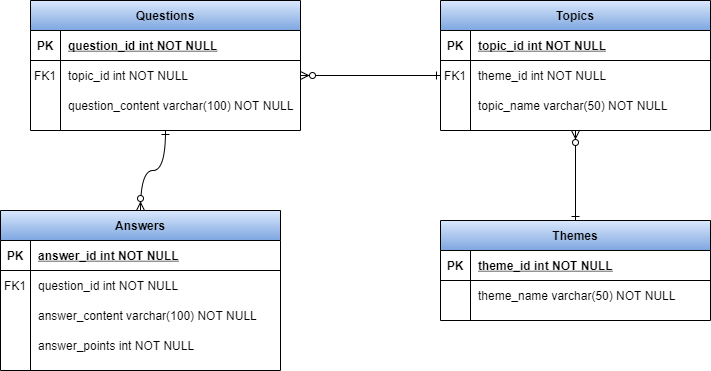
Before: documentation/Diagrams/Relational_Diagram-Questions.png, a diagram exported from draw.io (AdriLorenz/UQuiz). Source tidied: cells renumbered, new cells last; positions are measured from the earlier drawing's top-left corner, leaving out a move shared by most shapes. Its diagram source:
```xml
<mxGraphModel>
  <root>
    <mxCell id="0" />
    <mxCell id="1" parent="0" />
    <mxCell id="2" value="Questions" style="shape=table;startSize=30;rowLines=0;fontStyle=1;align=center;fillColor=#dae8fc;strokeColor=default;gradientColor=#7ea6e0;fontColor=default;" parent="1" vertex="1">
      <mxGeometry x="30" width="270" height="130" as="geometry" />
    </mxCell>
    <mxCell id="3" style="shape=partialRectangle;fillColor=none;top=0;left=0;right=0;bottom=1;" parent="2" vertex="1">
      <mxGeometry y="30" width="270" height="30" as="geometry" />
    </mxCell>
    <mxCell id="4" value="PK" style="shape=partialRectangle;overflow=hidden;fillColor=none;top=0;left=0;bottom=0;right=0;fontStyle=1;" parent="3" vertex="1">
      <mxGeometry width="30" height="30" as="geometry" />
    </mxCell>
    <mxCell id="5" value="question_id int NOT NULL " style="shape=partialRectangle;overflow=hidden;fillColor=none;top=0;left=0;bottom=0;right=0;align=left;spacingLeft=6;fontStyle=5;" parent="3" vertex="1">
      <mxGeometry x="30" width="240" height="30" as="geometry" />
    </mxCell>
    <mxCell id="6" style="shape=partialRectangle;fillColor=none;points=[[0,0.5],[1,0.5]];portConstraint=eastwest;top=0;left=0;right=0;bottom=0;strokeColor=default;fontColor=default;" parent="2" vertex="1">
      <mxGeometry y="60" width="270" height="30" as="geometry" />
    </mxCell>
    <mxCell id="7" value="FK1" style="shape=partialRectangle;overflow=hidden;fillColor=none;top=0;left=0;bottom=0;right=0;fontColor=default;" parent="6" vertex="1">
      <mxGeometry width="30" height="30" as="geometry" />
    </mxCell>
    <mxCell id="8" value="topic_id int NOT NULL" style="shape=partialRectangle;overflow=hidden;fillColor=none;top=0;left=0;bottom=0;right=0;align=left;spacingLeft=6;" parent="6" vertex="1">
      <mxGeometry x="30" width="240" height="30" as="geometry" />
    </mxCell>
    <mxCell id="9" style="shape=partialRectangle;fillColor=none;top=0;left=0;right=0;bottom=0;" parent="2" vertex="1">
      <mxGeometry y="90" width="270" height="30" as="geometry" />
    </mxCell>
    <mxCell id="10" style="shape=partialRectangle;overflow=hidden;fillColor=none;top=0;left=0;bottom=0;right=0;" parent="9" vertex="1">
      <mxGeometry width="30" height="30" as="geometry" />
    </mxCell>
    <mxCell id="11" value="question_content varchar(100) NOT NULL" style="shape=partialRectangle;overflow=hidden;fillColor=none;top=0;left=0;bottom=0;right=0;align=left;spacingLeft=6;" parent="9" vertex="1">
      <mxGeometry x="30" width="240" height="30" as="geometry" />
    </mxCell>
    <mxCell id="12" value="Themes" style="shape=table;startSize=30;rowLines=0;fontStyle=1;align=center;fillColor=#dae8fc;gradientColor=#7ea6e0;strokeColor=default;fontColor=default;" parent="1" vertex="1">
      <mxGeometry x="440" y="220" width="270" height="100" as="geometry" />
    </mxCell>
    <mxCell id="13" style="shape=partialRectangle;fillColor=none;top=0;left=0;right=0;bottom=1;" parent="12" vertex="1">
      <mxGeometry y="30" width="270" height="30" as="geometry" />
    </mxCell>
    <mxCell id="14" value="PK" style="shape=partialRectangle;overflow=hidden;fillColor=none;top=0;left=0;bottom=0;right=0;fontStyle=1;" parent="13" vertex="1">
      <mxGeometry width="30" height="30" as="geometry" />
    </mxCell>
    <mxCell id="15" value="theme_id int NOT NULL " style="shape=partialRectangle;overflow=hidden;fillColor=none;top=0;left=0;bottom=0;right=0;align=left;spacingLeft=6;fontStyle=5;" parent="13" vertex="1">
      <mxGeometry x="30" width="240" height="30" as="geometry" />
    </mxCell>
    <mxCell id="16" style="shape=partialRectangle;fillColor=none;top=0;left=0;right=0;bottom=0;" parent="12" vertex="1">
      <mxGeometry y="60" width="270" height="30" as="geometry" />
    </mxCell>
    <mxCell id="17" style="shape=partialRectangle;overflow=hidden;fillColor=none;top=0;left=0;bottom=0;right=0;" parent="16" vertex="1">
      <mxGeometry width="30" height="30" as="geometry" />
    </mxCell>
    <mxCell id="18" value="theme_name varchar(50) NOT NULL" style="shape=partialRectangle;overflow=hidden;fillColor=none;top=0;left=0;bottom=0;right=0;align=left;spacingLeft=6;" parent="16" vertex="1">
      <mxGeometry x="30" width="240" height="30" as="geometry" />
    </mxCell>
    <mxCell id="19" value="Answers" style="shape=table;startSize=30;rowLines=0;fontStyle=1;align=center;fillColor=#dae8fc;strokeColor=default;gradientColor=#7ea6e0;fontColor=default;" parent="1" vertex="1">
      <mxGeometry y="210" width="280" height="160" as="geometry" />
    </mxCell>
    <mxCell id="20" style="shape=partialRectangle;fillColor=none;top=0;left=0;right=0;bottom=1;" parent="19" vertex="1">
      <mxGeometry y="30" width="280" height="30" as="geometry" />
    </mxCell>
    <mxCell id="21" value="PK" style="shape=partialRectangle;overflow=hidden;fillColor=none;top=0;left=0;bottom=0;right=0;fontStyle=1;" parent="20" vertex="1">
      <mxGeometry width="30" height="30" as="geometry" />
    </mxCell>
    <mxCell id="22" value="answer_id int NOT NULL " style="shape=partialRectangle;overflow=hidden;fillColor=none;top=0;left=0;bottom=0;right=0;align=left;spacingLeft=6;fontStyle=5;" parent="20" vertex="1">
      <mxGeometry x="30" width="250" height="30" as="geometry" />
    </mxCell>
    <mxCell id="23" style="shape=partialRectangle;fillColor=none;top=0;left=0;right=0;bottom=0;" parent="19" vertex="1">
      <mxGeometry y="60" width="280" height="30" as="geometry" />
    </mxCell>
    <mxCell id="24" value="FK1" style="shape=partialRectangle;overflow=hidden;fillColor=none;top=0;left=0;bottom=0;right=0;" parent="23" vertex="1">
      <mxGeometry width="30" height="30" as="geometry" />
    </mxCell>
    <mxCell id="25" value="question_id int NOT NULL" style="shape=partialRectangle;overflow=hidden;fillColor=none;top=0;left=0;bottom=0;right=0;align=left;spacingLeft=6;" parent="23" vertex="1">
      <mxGeometry x="30" width="250" height="30" as="geometry" />
    </mxCell>
    <mxCell id="26" style="shape=partialRectangle;fillColor=none;top=0;left=0;right=0;bottom=0;" parent="19" vertex="1">
      <mxGeometry y="90" width="280" height="30" as="geometry" />
    </mxCell>
    <mxCell id="27" style="shape=partialRectangle;overflow=hidden;fillColor=none;top=0;left=0;bottom=0;right=0;" parent="26" vertex="1">
      <mxGeometry width="30" height="30" as="geometry" />
    </mxCell>
    <mxCell id="28" value="answer_content varchar(100) NOT NULL" style="shape=partialRectangle;overflow=hidden;fillColor=none;top=0;left=0;bottom=0;right=0;align=left;spacingLeft=6;" parent="26" vertex="1">
      <mxGeometry x="30" width="250" height="30" as="geometry" />
    </mxCell>
    <mxCell id="29" style="shape=partialRectangle;fillColor=none;top=0;left=0;right=0;bottom=0;" parent="19" vertex="1">
      <mxGeometry y="120" width="280" height="30" as="geometry" />
    </mxCell>
    <mxCell id="30" style="shape=partialRectangle;overflow=hidden;fillColor=none;top=0;left=0;bottom=0;right=0;" parent="29" vertex="1">
      <mxGeometry width="30" height="30" as="geometry" />
    </mxCell>
    <mxCell id="31" value="answer_points int NOT NULL" style="shape=partialRectangle;overflow=hidden;fillColor=none;top=0;left=0;bottom=0;right=0;align=left;spacingLeft=6;" parent="29" vertex="1">
      <mxGeometry x="30" width="250" height="30" as="geometry" />
    </mxCell>
    <mxCell id="32" style="edgeStyle=orthogonalEdgeStyle;endArrow=ERzeroToMany;startArrow=ERone;endFill=1;startFill=0;exitX=0.5;exitY=1;exitDx=0;exitDy=0;entryX=0.5;entryY=0;entryDx=0;entryDy=0;targetPerimeterSpacing=0;shadow=0;jumpStyle=none;curved=1;" parent="1" edge="1" source="2" target="19">
      <mxGeometry relative="1" as="geometry" />
    </mxCell>
    <mxCell id="33" value="Topics" style="shape=table;startSize=30;rowLines=0;fontStyle=1;align=center;fillColor=#dae8fc;strokeColor=default;gradientColor=#7ea6e0;fontColor=default;" parent="1" vertex="1">
      <mxGeometry x="440" width="270" height="130" as="geometry" />
    </mxCell>
    <mxCell id="34" style="shape=partialRectangle;fillColor=none;top=0;left=0;right=0;bottom=1;" parent="33" vertex="1">
      <mxGeometry y="30" width="270" height="30" as="geometry" />
    </mxCell>
    <mxCell id="35" value="PK" style="shape=partialRectangle;overflow=hidden;fillColor=none;top=0;left=0;bottom=0;right=0;fontStyle=1;" parent="34" vertex="1">
      <mxGeometry width="30" height="30" as="geometry" />
    </mxCell>
    <mxCell id="36" value="topic_id int NOT NULL " style="shape=partialRectangle;overflow=hidden;fillColor=none;top=0;left=0;bottom=0;right=0;align=left;spacingLeft=6;fontStyle=5;" parent="34" vertex="1">
      <mxGeometry x="30" width="240" height="30" as="geometry" />
    </mxCell>
    <mxCell id="37" style="shape=partialRectangle;fillColor=none;points=[[0,0.5],[1,0.5]];portConstraint=eastwest;top=0;left=0;right=0;bottom=0;strokeColor=default;fontColor=default;" parent="33" vertex="1">
      <mxGeometry y="60" width="270" height="30" as="geometry" />
    </mxCell>
    <mxCell id="38" value="FK1" style="shape=partialRectangle;overflow=hidden;fillColor=none;top=0;left=0;bottom=0;right=0;fontColor=default;" parent="37" vertex="1">
      <mxGeometry width="30" height="30" as="geometry" />
    </mxCell>
    <mxCell id="39" value="theme_id int NOT NULL" style="shape=partialRectangle;overflow=hidden;fillColor=none;top=0;left=0;bottom=0;right=0;align=left;spacingLeft=6;" parent="37" vertex="1">
      <mxGeometry x="30" width="240" height="30" as="geometry" />
    </mxCell>
    <mxCell id="40" style="shape=partialRectangle;fillColor=none;top=0;left=0;right=0;bottom=0;" parent="33" vertex="1">
      <mxGeometry y="90" width="270" height="30" as="geometry" />
    </mxCell>
    <mxCell id="41" style="shape=partialRectangle;overflow=hidden;fillColor=none;top=0;left=0;bottom=0;right=0;" parent="40" vertex="1">
      <mxGeometry width="30" height="30" as="geometry" />
    </mxCell>
    <mxCell id="42" value="topic_name varchar(50) NOT NULL" style="shape=partialRectangle;overflow=hidden;fillColor=none;top=0;left=0;bottom=0;right=0;align=left;spacingLeft=6;" parent="40" vertex="1">
      <mxGeometry x="30" width="240" height="30" as="geometry" />
    </mxCell>
    <mxCell id="43" style="edgeStyle=orthogonalEdgeStyle;endArrow=ERzeroToMany;startArrow=ERone;endFill=1;startFill=0;targetPerimeterSpacing=0;shadow=0;jumpStyle=none;curved=1;" parent="1" edge="1" source="37" target="6">
      <mxGeometry relative="1" as="geometry" />
    </mxCell>
    <mxCell id="44" style="edgeStyle=orthogonalEdgeStyle;endArrow=ERzeroToMany;startArrow=ERone;endFill=1;startFill=0;targetPerimeterSpacing=0;shadow=0;jumpStyle=none;curved=1;entryX=0.5;entryY=1;entryDx=0;entryDy=0;exitX=0.5;exitY=0;exitDx=0;exitDy=0;" parent="1" edge="1" source="12" target="33">
      <mxGeometry relative="1" as="geometry" />
    </mxCell>
  </root>
</mxGraphModel>
```
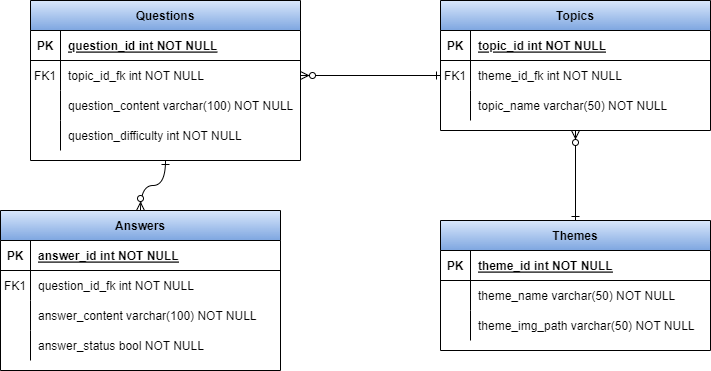
After the change.

Diff of the diagram source:
```diff
@@ -3,7 +3,7 @@
     <mxCell id="0" />
     <mxCell id="1" parent="0" />
     <mxCell id="2" value="Questions" style="shape=table;startSize=30;rowLines=0;fontStyle=1;align=center;fillColor=#dae8fc;strokeColor=default;gradientColor=#7ea6e0;fontColor=default;" parent="1" vertex="1">
-      <mxGeometry x="30" width="270" height="130" as="geometry" />
+      <mxGeometry x="30" width="270" height="160" as="geometry" />
     </mxCell>
     <mxCell id="3" style="shape=partialRectangle;fillColor=none;top=0;left=0;right=0;bottom=1;" parent="2" vertex="1">
       <mxGeometry y="30" width="270" height="30" as="geometry" />
@@ -20,7 +20,7 @@
     <mxCell id="7" value="FK1" style="shape=partialRectangle;overflow=hidden;fillColor=none;top=0;left=0;bottom=0;right=0;fontColor=default;" parent="6" vertex="1">
       <mxGeometry width="30" height="30" as="geometry" />
     </mxCell>
-    <mxCell id="8" value="topic_id int NOT NULL" style="shape=partialRectangle;overflow=hidden;fillColor=none;top=0;left=0;bottom=0;right=0;align=left;spacingLeft=6;" parent="6" vertex="1">
+    <mxCell id="8" value="topic_id_fk int NOT NULL" style="shape=partialRectangle;overflow=hidden;fillColor=none;top=0;left=0;bottom=0;right=0;align=left;spacingLeft=6;" parent="6" vertex="1">
       <mxGeometry x="30" width="240" height="30" as="geometry" />
     </mxCell>
     <mxCell id="9" style="shape=partialRectangle;fillColor=none;top=0;left=0;right=0;bottom=0;" parent="2" vertex="1">
@@ -32,8 +32,17 @@
     <mxCell id="11" value="question_content varchar(100) NOT NULL" style="shape=partialRectangle;overflow=hidden;fillColor=none;top=0;left=0;bottom=0;right=0;align=left;spacingLeft=6;" parent="9" vertex="1">
       <mxGeometry x="30" width="240" height="30" as="geometry" />
     </mxCell>
+    <mxCell id="45" style="shape=partialRectangle;fillColor=none;top=0;left=0;right=0;bottom=0;" parent="2" vertex="1">
+      <mxGeometry y="120" width="270" height="30" as="geometry" />
+    </mxCell>
+    <mxCell id="46" style="shape=partialRectangle;overflow=hidden;fillColor=none;top=0;left=0;bottom=0;right=0;" parent="45" vertex="1">
+      <mxGeometry width="30" height="30" as="geometry" />
+    </mxCell>
+    <mxCell id="47" value="question_difficulty int NOT NULL" style="shape=partialRectangle;overflow=hidden;fillColor=none;top=0;left=0;bottom=0;right=0;align=left;spacingLeft=6;" parent="45" vertex="1">
+      <mxGeometry x="30" width="240" height="30" as="geometry" />
+    </mxCell>
     <mxCell id="12" value="Themes" style="shape=table;startSize=30;rowLines=0;fontStyle=1;align=center;fillColor=#dae8fc;gradientColor=#7ea6e0;strokeColor=default;fontColor=default;" parent="1" vertex="1">
-      <mxGeometry x="440" y="220" width="270" height="100" as="geometry" />
+      <mxGeometry x="440" y="220" width="270" height="130" as="geometry" />
     </mxCell>
     <mxCell id="13" style="shape=partialRectangle;fillColor=none;top=0;left=0;right=0;bottom=1;" parent="12" vertex="1">
       <mxGeometry y="30" width="270" height="30" as="geometry" />
@@ -53,6 +62,15 @@
     <mxCell id="18" value="theme_name varchar(50) NOT NULL" style="shape=partialRectangle;overflow=hidden;fillColor=none;top=0;left=0;bottom=0;right=0;align=left;spacingLeft=6;" parent="16" vertex="1">
       <mxGeometry x="30" width="240" height="30" as="geometry" />
     </mxCell>
+    <mxCell id="48" style="shape=partialRectangle;fillColor=none;top=0;left=0;right=0;bottom=0;" parent="12" vertex="1">
+      <mxGeometry y="90" width="270" height="30" as="geometry" />
+    </mxCell>
+    <mxCell id="49" style="shape=partialRectangle;overflow=hidden;fillColor=none;top=0;left=0;bottom=0;right=0;" parent="48" vertex="1">
+      <mxGeometry width="30" height="30" as="geometry" />
+    </mxCell>
+    <mxCell id="50" value="theme_img_path varchar(50) NOT NULL" style="shape=partialRectangle;overflow=hidden;fillColor=none;top=0;left=0;bottom=0;right=0;align=left;spacingLeft=6;" parent="48" vertex="1">
+      <mxGeometry x="30" width="240" height="30" as="geometry" />
+    </mxCell>
     <mxCell id="19" value="Answers" style="shape=table;startSize=30;rowLines=0;fontStyle=1;align=center;fillColor=#dae8fc;strokeColor=default;gradientColor=#7ea6e0;fontColor=default;" parent="1" vertex="1">
       <mxGeometry y="210" width="280" height="160" as="geometry" />
     </mxCell>
@@ -71,7 +89,7 @@
     <mxCell id="24" value="FK1" style="shape=partialRectangle;overflow=hidden;fillColor=none;top=0;left=0;bottom=0;right=0;" parent="23" vertex="1">
       <mxGeometry width="30" height="30" as="geometry" />
     </mxCell>
-    <mxCell id="25" value="question_id int NOT NULL" style="shape=partialRectangle;overflow=hidden;fillColor=none;top=0;left=0;bottom=0;right=0;align=left;spacingLeft=6;" parent="23" vertex="1">
+    <mxCell id="25" value="question_id_fk int NOT NULL" style="shape=partialRectangle;overflow=hidden;fillColor=none;top=0;left=0;bottom=0;right=0;align=left;spacingLeft=6;" parent="23" vertex="1">
       <mxGeometry x="30" width="250" height="30" as="geometry" />
     </mxCell>
     <mxCell id="26" style="shape=partialRectangle;fillColor=none;top=0;left=0;right=0;bottom=0;" parent="19" vertex="1">
@@ -89,7 +107,7 @@
     <mxCell id="30" style="shape=partialRectangle;overflow=hidden;fillColor=none;top=0;left=0;bottom=0;right=0;" parent="29" vertex="1">
       <mxGeometry width="30" height="30" as="geometry" />
     </mxCell>
-    <mxCell id="31" value="answer_points int NOT NULL" style="shape=partialRectangle;overflow=hidden;fillColor=none;top=0;left=0;bottom=0;right=0;align=left;spacingLeft=6;" parent="29" vertex="1">
+    <mxCell id="31" value="answer_status bool NOT NULL" style="shape=partialRectangle;overflow=hidden;fillColor=none;top=0;left=0;bottom=0;right=0;align=left;spacingLeft=6;" parent="29" vertex="1">
       <mxGeometry x="30" width="250" height="30" as="geometry" />
     </mxCell>
     <mxCell id="32" style="edgeStyle=orthogonalEdgeStyle;endArrow=ERzeroToMany;startArrow=ERone;endFill=1;startFill=0;exitX=0.5;exitY=1;exitDx=0;exitDy=0;entryX=0.5;entryY=0;entryDx=0;entryDy=0;targetPerimeterSpacing=0;shadow=0;jumpStyle=none;curved=1;" parent="1" edge="1" source="2" target="19">
@@ -113,7 +131,7 @@
     <mxCell id="38" value="FK1" style="shape=partialRectangle;overflow=hidden;fillColor=none;top=0;left=0;bottom=0;right=0;fontColor=default;" parent="37" vertex="1">
       <mxGeometry width="30" height="30" as="geometry" />
     </mxCell>
-    <mxCell id="39" value="theme_id int NOT NULL" style="shape=partialRectangle;overflow=hidden;fillColor=none;top=0;left=0;bottom=0;right=0;align=left;spacingLeft=6;" parent="37" vertex="1">
+    <mxCell id="39" value="theme_id_fk int NOT NULL" style="shape=partialRectangle;overflow=hidden;fillColor=none;top=0;left=0;bottom=0;right=0;align=left;spacingLeft=6;" parent="37" vertex="1">
       <mxGeometry x="30" width="240" height="30" as="geometry" />
     </mxCell>
     <mxCell id="40" style="shape=partialRectangle;fillColor=none;top=0;left=0;right=0;bottom=0;" parent="33" vertex="1">
```
